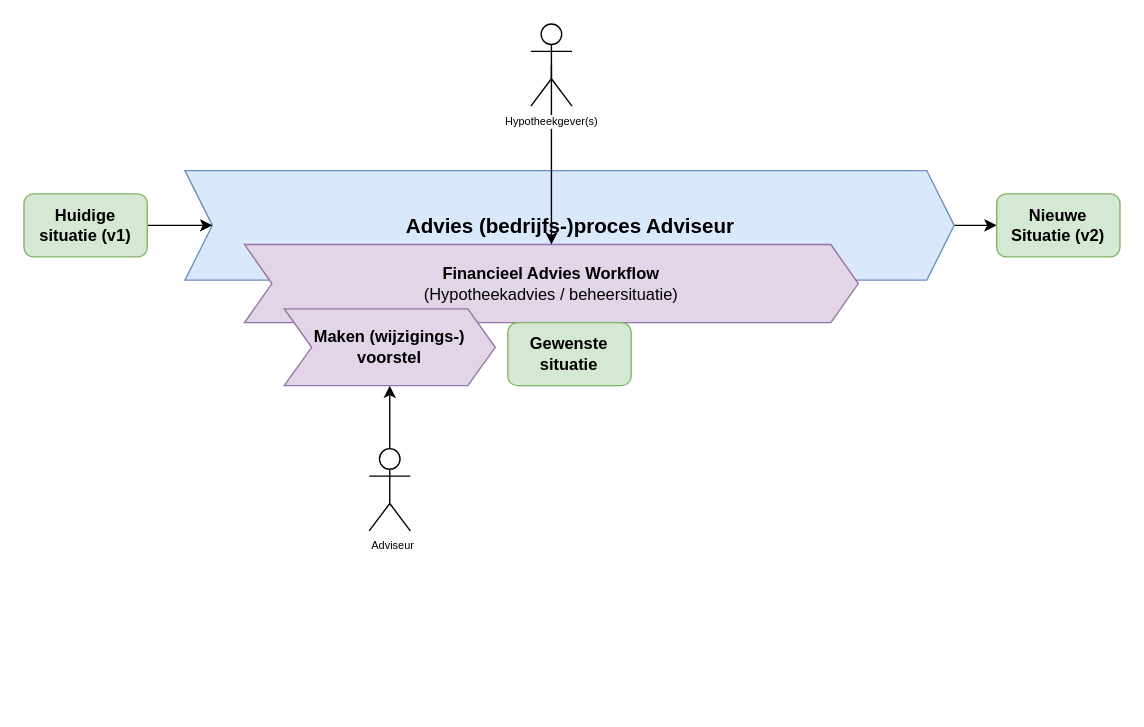
Above: page "Adviesproces" (7 of 7) of HDN-Procesplaten.drawio in luchthandel/diagrams (draw.io), before the change. Source tidied: cells renumbered, new cells numbered last; positions are measured from the earlier drawing's top-left corner, leaving out a move shared by most shapes. Both pictures are drawn from the tidied source at 137%, with x=0, y=0 at pixel (23, 23).
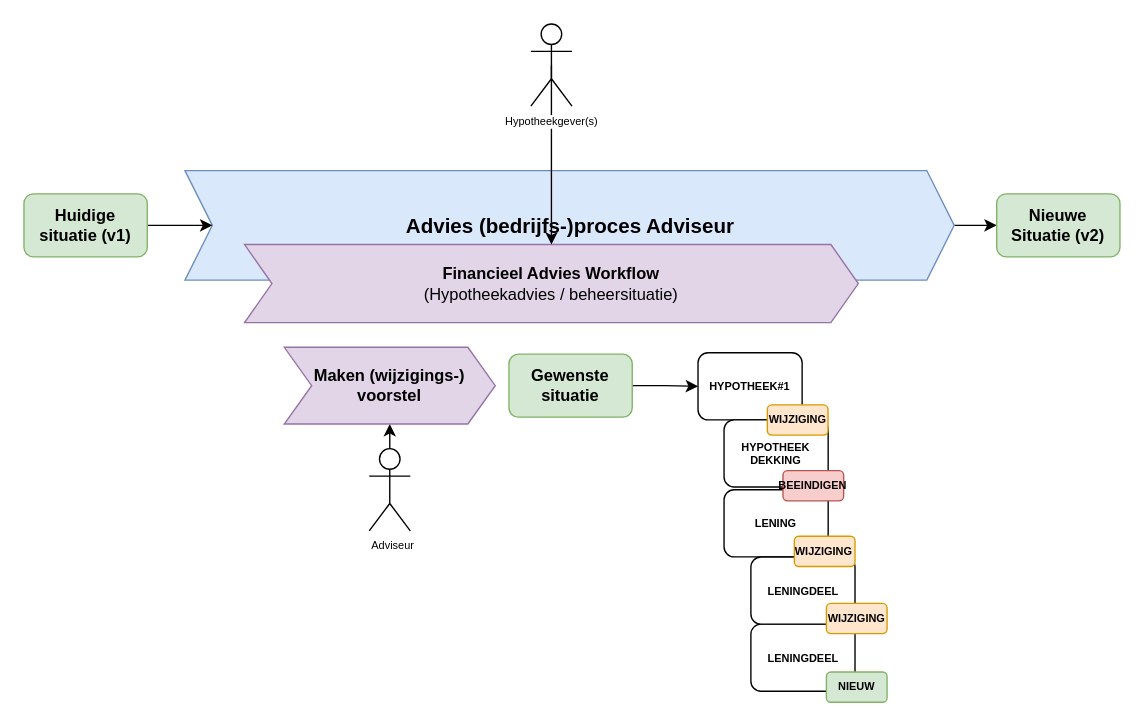
Above is the later version.

The edit, as a diff of the source:
```diff
@@
+    <mxCell id="14" value="LENINGDEEL" style="rounded=1;whiteSpace=wrap;html=1;fontStyle=1;fontSize=8;" parent="1" vertex="1">
+      <mxGeometry x="530.6" y="438.1" width="76" height="49" as="geometry" />
+    </mxCell>
@@
+    <mxCell id="15" style="edgeStyle=orthogonalEdgeStyle;rounded=0;jettySize=auto;html=1;exitX=1;exitY=0.5;exitDx=0;exitDy=0;entryX=0;entryY=0.5;entryDx=0;entryDy=0;fontSize=8;" parent="1" edge="1" source="8" target="16">
+      <mxGeometry relative="1" as="geometry" />
+    </mxCell>
     <mxCell id="8" value="Gewenste&lt;br&gt;situatie" style="rounded=1;whiteSpace=wrap;html=1;fontStyle=1;fillColor=#d5e8d4;strokeColor=#82b366;" parent="1" vertex="1">
-      <mxGeometry x="353.2" y="218" width="90" height="46" as="geometry" />
+      <mxGeometry x="354" y="241" width="90" height="46" as="geometry" />
     </mxCell>
@@
     <mxCell id="13" value="&lt;span style=&quot;font-size: 12px&quot;&gt;&lt;b&gt;Maken (wijzigings-) voorstel&lt;/b&gt;&lt;/span&gt;" style="shape=step;perimeter=stepPerimeter;whiteSpace=wrap;html=1;fixedSize=1;fontSize=8;align=center;fillColor=#e1d5e7;strokeColor=#9673a6;" parent="1" vertex="1">
-      <mxGeometry x="190" y="208" width="154" height="56" as="geometry" />
+      <mxGeometry x="190" y="236" width="154" height="56" as="geometry" />
     </mxCell>
+    <mxCell id="16" value="HYPOTHEEK#1" style="rounded=1;whiteSpace=wrap;html=1;fontStyle=1;fontSize=8;" parent="1" vertex="1">
+      <mxGeometry x="492" y="240" width="76" height="49" as="geometry" />
+    </mxCell>
+    <mxCell id="17" value="LENING" style="rounded=1;whiteSpace=wrap;html=1;fontStyle=1;fontSize=8;" parent="1" vertex="1">
+      <mxGeometry x="511" y="340" width="76" height="49" as="geometry" />
+    </mxCell>
+    <mxCell id="18" value="HYPOTHEEK&lt;br style=&quot;font-size: 8px;&quot;&gt;DEKKING" style="rounded=1;whiteSpace=wrap;html=1;fontStyle=1;fontSize=8;" parent="1" vertex="1">
+      <mxGeometry x="511" y="289" width="76" height="49" as="geometry" />
+    </mxCell>
+    <mxCell id="19" value="LENINGDEEL" style="rounded=1;whiteSpace=wrap;html=1;fontStyle=1;fontSize=8;" parent="1" vertex="1">
+      <mxGeometry x="530.6" y="389.1" width="76" height="49" as="geometry" />
+    </mxCell>
+    <mxCell id="20" value="WIJZIGING" style="rounded=1;whiteSpace=wrap;html=1;fontStyle=1;fillColor=#ffe6cc;strokeColor=#d79b00;fontSize=8;" parent="1" vertex="1">
+      <mxGeometry x="542.6" y="278" width="44.3" height="22.1" as="geometry" />
+    </mxCell>
+    <mxCell id="21" value="WIJZIGING" style="rounded=1;whiteSpace=wrap;html=1;fontStyle=1;fillColor=#ffe6cc;strokeColor=#d79b00;fontSize=8;" parent="1" vertex="1">
+      <mxGeometry x="562.3" y="373.9" width="44.3" height="22.1" as="geometry" />
+    </mxCell>
+    <mxCell id="22" value="WIJZIGING" style="rounded=1;whiteSpace=wrap;html=1;fontStyle=1;fillColor=#ffe6cc;strokeColor=#d79b00;fontSize=8;" parent="1" vertex="1">
+      <mxGeometry x="585.7" y="422.9" width="44.3" height="22.1" as="geometry" />
+    </mxCell>
+    <mxCell id="23" value="BEEINDIGEN" style="rounded=1;whiteSpace=wrap;html=1;fontStyle=1;fillColor=#f8cecc;strokeColor=#b85450;fontSize=8;" parent="1" vertex="1">
+      <mxGeometry x="554" y="326" width="44.3" height="22.1" as="geometry" />
+    </mxCell>
+    <mxCell id="24" value="NIEUW" style="rounded=1;whiteSpace=wrap;html=1;fontStyle=1;fillColor=#d5e8d4;strokeColor=#82b366;fontSize=8;" parent="1" vertex="1">
+      <mxGeometry x="585.7" y="473" width="44.3" height="22.1" as="geometry" />
+    </mxCell>
```
